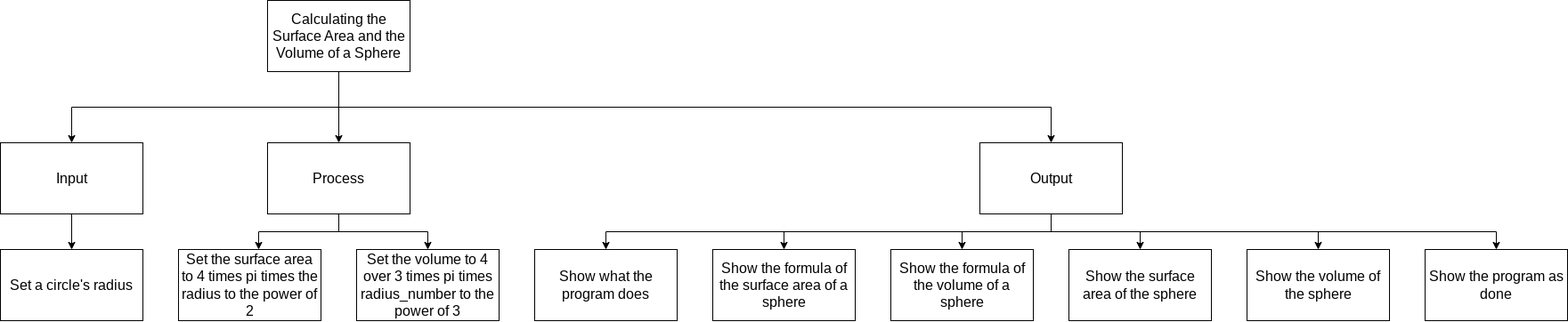
This is design/top_down.png from CristianoSellitto/ICS3U-Assignment6-Python, a draw.io export, as it was before one commit. Source tidied: cells renumbered, new cells last; positions are measured from the earlier drawing's top-left corner, leaving out a move shared by most shapes. Source of this version:
```xml
<mxGraphModel>
  <root>
    <mxCell id="0" />
    <mxCell id="1" parent="0" />
    <mxCell id="2" style="edgeStyle=orthogonalEdgeStyle;html=1;entryX=0.5;entryY=0;entryDx=0;entryDy=0;fontSize=14;rounded=0;" parent="1" edge="1" source="5" target="10">
      <mxGeometry relative="1" as="geometry">
        <Array as="points">
          <mxPoint x="380" y="120" />
          <mxPoint x="80" y="120" />
        </Array>
      </mxGeometry>
    </mxCell>
    <mxCell id="3" style="edgeStyle=orthogonalEdgeStyle;rounded=0;html=1;fontSize=14;entryX=0.5;entryY=0;entryDx=0;entryDy=0;" parent="1" edge="1" source="5" target="17">
      <mxGeometry relative="1" as="geometry">
        <Array as="points">
          <mxPoint x="380" y="120" />
          <mxPoint x="1180" y="120" />
        </Array>
      </mxGeometry>
    </mxCell>
    <mxCell id="4" style="edgeStyle=orthogonalEdgeStyle;rounded=0;html=1;fontSize=16;" parent="1" edge="1" source="5" target="8">
      <mxGeometry relative="1" as="geometry" />
    </mxCell>
    <mxCell id="5" value="Calculating the Surface Area and the Volume of a Sphere" style="rounded=0;whiteSpace=wrap;html=1;fontSize=16;" parent="1" vertex="1">
      <mxGeometry x="300" width="160" height="80" as="geometry" />
    </mxCell>
    <mxCell id="6" style="edgeStyle=orthogonalEdgeStyle;rounded=0;html=1;entryX=0.5;entryY=0;entryDx=0;entryDy=0;fontSize=14;" parent="1" edge="1" source="8">
      <mxGeometry relative="1" as="geometry">
        <mxPoint x="290" y="280" as="targetPoint" />
        <Array as="points">
          <mxPoint x="380" y="260" />
          <mxPoint x="290" y="260" />
        </Array>
      </mxGeometry>
    </mxCell>
    <mxCell id="7" style="edgeStyle=orthogonalEdgeStyle;html=1;entryX=0.5;entryY=0;entryDx=0;entryDy=0;rounded=0;" parent="1" edge="1" source="8" target="21">
      <mxGeometry relative="1" as="geometry" />
    </mxCell>
    <mxCell id="8" value="Process" style="rounded=0;whiteSpace=wrap;html=1;fontSize=16;" parent="1" vertex="1">
      <mxGeometry x="300" y="160" width="160" height="80" as="geometry" />
    </mxCell>
    <mxCell id="9" style="edgeStyle=orthogonalEdgeStyle;rounded=0;html=1;entryX=0.5;entryY=0;entryDx=0;entryDy=0;fontSize=14;" parent="1" edge="1" source="10" target="18">
      <mxGeometry relative="1" as="geometry" />
    </mxCell>
    <mxCell id="10" value="Input" style="rounded=0;whiteSpace=wrap;html=1;fontSize=16;" parent="1" vertex="1">
      <mxGeometry y="160" width="160" height="80" as="geometry" />
    </mxCell>
    <mxCell id="11" style="edgeStyle=orthogonalEdgeStyle;rounded=0;html=1;entryX=0.5;entryY=0;entryDx=0;entryDy=0;" parent="1" edge="1" source="17" target="20">
      <mxGeometry relative="1" as="geometry">
        <Array as="points">
          <mxPoint x="1180" y="260" />
          <mxPoint x="880" y="260" />
        </Array>
      </mxGeometry>
    </mxCell>
    <mxCell id="12" style="edgeStyle=orthogonalEdgeStyle;html=1;entryX=0.5;entryY=0;entryDx=0;entryDy=0;rounded=0;" parent="1" edge="1" source="17" target="19">
      <mxGeometry relative="1" as="geometry">
        <Array as="points">
          <mxPoint x="1180" y="260" />
          <mxPoint x="1680" y="260" />
        </Array>
      </mxGeometry>
    </mxCell>
    <mxCell id="13" style="edgeStyle=orthogonalEdgeStyle;rounded=0;html=1;entryX=0.5;entryY=0;entryDx=0;entryDy=0;" parent="1" edge="1" source="17" target="23">
      <mxGeometry relative="1" as="geometry">
        <Array as="points">
          <mxPoint x="1180" y="260" />
          <mxPoint x="680" y="260" />
        </Array>
      </mxGeometry>
    </mxCell>
    <mxCell id="14" style="edgeStyle=orthogonalEdgeStyle;html=1;entryX=0.5;entryY=0;entryDx=0;entryDy=0;rounded=0;" parent="1" edge="1" source="17" target="24">
      <mxGeometry relative="1" as="geometry" />
    </mxCell>
    <mxCell id="15" style="edgeStyle=orthogonalEdgeStyle;rounded=0;html=1;entryX=0.5;entryY=0;entryDx=0;entryDy=0;" parent="1" edge="1" source="17" target="25">
      <mxGeometry relative="1" as="geometry" />
    </mxCell>
    <mxCell id="16" style="edgeStyle=orthogonalEdgeStyle;rounded=0;html=1;entryX=0.5;entryY=0;entryDx=0;entryDy=0;" parent="1" edge="1" source="17" target="26">
      <mxGeometry relative="1" as="geometry">
        <Array as="points">
          <mxPoint x="1180" y="260" />
          <mxPoint x="1480" y="260" />
        </Array>
      </mxGeometry>
    </mxCell>
    <mxCell id="17" value="Output" style="rounded=0;whiteSpace=wrap;html=1;fontSize=16;" parent="1" vertex="1">
      <mxGeometry x="1100" y="160" width="160" height="80" as="geometry" />
    </mxCell>
    <mxCell id="18" value="Set a circle's radius" style="rounded=0;whiteSpace=wrap;html=1;fontSize=16;" parent="1" vertex="1">
      <mxGeometry y="280" width="160" height="80" as="geometry" />
    </mxCell>
    <mxCell id="19" value="Show the program as done" style="rounded=0;whiteSpace=wrap;html=1;fontSize=16;" parent="1" vertex="1">
      <mxGeometry x="1600" y="280" width="160" height="80" as="geometry" />
    </mxCell>
    <mxCell id="20" value="Show the formula of the surface area of a sphere" style="rounded=0;whiteSpace=wrap;html=1;fontSize=16;" parent="1" vertex="1">
      <mxGeometry x="800" y="280" width="160" height="80" as="geometry" />
    </mxCell>
    <mxCell id="21" value="Set the volume to 4 over 3 times pi times radius_number to the power of 3" style="rounded=0;whiteSpace=wrap;html=1;fontSize=16;" parent="1" vertex="1">
      <mxGeometry x="400" y="280" width="160" height="80" as="geometry" />
    </mxCell>
    <mxCell id="22" value="Set the surface area to&amp;nbsp;4 times pi times the radius to the power of 2" style="rounded=0;whiteSpace=wrap;html=1;fontSize=16;" parent="1" vertex="1">
      <mxGeometry x="200" y="280" width="160" height="80" as="geometry" />
    </mxCell>
    <mxCell id="23" value="Show what the program does" style="rounded=0;whiteSpace=wrap;html=1;fontSize=16;" parent="1" vertex="1">
      <mxGeometry x="600" y="280" width="160" height="80" as="geometry" />
    </mxCell>
    <mxCell id="24" value="Show the formula of the volume of a sphere" style="rounded=0;whiteSpace=wrap;html=1;fontSize=16;" parent="1" vertex="1">
      <mxGeometry x="1000" y="280" width="160" height="80" as="geometry" />
    </mxCell>
    <mxCell id="25" value="Show the surface area of the sphere" style="rounded=0;whiteSpace=wrap;html=1;fontSize=16;" parent="1" vertex="1">
      <mxGeometry x="1200" y="280" width="160" height="80" as="geometry" />
    </mxCell>
    <mxCell id="26" value="Show the volume of the sphere" style="rounded=0;whiteSpace=wrap;html=1;fontSize=16;" parent="1" vertex="1">
      <mxGeometry x="1400" y="280" width="160" height="80" as="geometry" />
    </mxCell>
  </root>
</mxGraphModel>
```
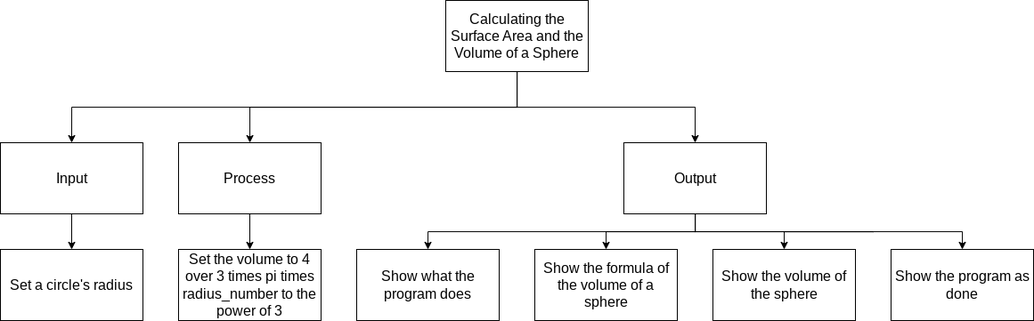
After the commit.

Commit message:
Removed surface area function

The edit, as a diff of the source:
```diff
@@ -5,7 +5,7 @@
     <mxCell id="2" style="edgeStyle=orthogonalEdgeStyle;html=1;entryX=0.5;entryY=0;entryDx=0;entryDy=0;fontSize=14;rounded=0;" parent="1" edge="1" source="5" target="10">
       <mxGeometry relative="1" as="geometry">
         <Array as="points">
-          <mxPoint x="380" y="120" />
+          <mxPoint x="580" y="120" />
           <mxPoint x="80" y="120" />
         </Array>
       </mxGeometry>
@@ -13,31 +13,27 @@
     <mxCell id="3" style="edgeStyle=orthogonalEdgeStyle;rounded=0;html=1;fontSize=14;entryX=0.5;entryY=0;entryDx=0;entryDy=0;" parent="1" edge="1" source="5" target="17">
       <mxGeometry relative="1" as="geometry">
         <Array as="points">
-          <mxPoint x="380" y="120" />
-          <mxPoint x="1180" y="120" />
+          <mxPoint x="580" y="120" />
+          <mxPoint x="780" y="120" />
         </Array>
       </mxGeometry>
     </mxCell>
     <mxCell id="4" style="edgeStyle=orthogonalEdgeStyle;rounded=0;html=1;fontSize=16;" parent="1" edge="1" source="5" target="8">
-      <mxGeometry relative="1" as="geometry" />
+      <mxGeometry relative="1" as="geometry">
+        <Array as="points">
+          <mxPoint x="580" y="120" />
+          <mxPoint x="280" y="120" />
+        </Array>
+      </mxGeometry>
     </mxCell>
     <mxCell id="5" value="Calculating the Surface Area and the Volume of a Sphere" style="rounded=0;whiteSpace=wrap;html=1;fontSize=16;" parent="1" vertex="1">
-      <mxGeometry x="300" width="160" height="80" as="geometry" />
+      <mxGeometry x="500" width="160" height="80" as="geometry" />
     </mxCell>
-    <mxCell id="6" style="edgeStyle=orthogonalEdgeStyle;rounded=0;html=1;entryX=0.5;entryY=0;entryDx=0;entryDy=0;fontSize=14;" parent="1" edge="1" source="8">
-      <mxGeometry relative="1" as="geometry">
-        <mxPoint x="290" y="280" as="targetPoint" />
-        <Array as="points">
-          <mxPoint x="380" y="260" />
-          <mxPoint x="290" y="260" />
-        </Array>
-      </mxGeometry>
-    </mxCell>
     <mxCell id="7" style="edgeStyle=orthogonalEdgeStyle;html=1;entryX=0.5;entryY=0;entryDx=0;entryDy=0;rounded=0;" parent="1" edge="1" source="8" target="21">
       <mxGeometry relative="1" as="geometry" />
     </mxCell>
     <mxCell id="8" value="Process" style="rounded=0;whiteSpace=wrap;html=1;fontSize=16;" parent="1" vertex="1">
-      <mxGeometry x="300" y="160" width="160" height="80" as="geometry" />
+      <mxGeometry x="200" y="160" width="160" height="80" as="geometry" />
     </mxCell>
     <mxCell id="9" style="edgeStyle=orthogonalEdgeStyle;rounded=0;html=1;entryX=0.5;entryY=0;entryDx=0;entryDy=0;fontSize=14;" parent="1" edge="1" source="10" target="18">
       <mxGeometry relative="1" as="geometry" />
@@ -45,73 +41,53 @@
     <mxCell id="10" value="Input" style="rounded=0;whiteSpace=wrap;html=1;fontSize=16;" parent="1" vertex="1">
       <mxGeometry y="160" width="160" height="80" as="geometry" />
     </mxCell>
-    <mxCell id="11" style="edgeStyle=orthogonalEdgeStyle;rounded=0;html=1;entryX=0.5;entryY=0;entryDx=0;entryDy=0;" parent="1" edge="1" source="17" target="20">
-      <mxGeometry relative="1" as="geometry">
-        <Array as="points">
-          <mxPoint x="1180" y="260" />
-          <mxPoint x="880" y="260" />
-        </Array>
-      </mxGeometry>
-    </mxCell>
     <mxCell id="12" style="edgeStyle=orthogonalEdgeStyle;html=1;entryX=0.5;entryY=0;entryDx=0;entryDy=0;rounded=0;" parent="1" edge="1" source="17" target="19">
       <mxGeometry relative="1" as="geometry">
         <Array as="points">
-          <mxPoint x="1180" y="260" />
-          <mxPoint x="1680" y="260" />
+          <mxPoint x="980" y="260" />
+          <mxPoint x="1480" y="260" />
         </Array>
       </mxGeometry>
     </mxCell>
     <mxCell id="13" style="edgeStyle=orthogonalEdgeStyle;rounded=0;html=1;entryX=0.5;entryY=0;entryDx=0;entryDy=0;" parent="1" edge="1" source="17" target="23">
       <mxGeometry relative="1" as="geometry">
         <Array as="points">
-          <mxPoint x="1180" y="260" />
-          <mxPoint x="680" y="260" />
+          <mxPoint x="780" y="260" />
+          <mxPoint x="480" y="260" />
         </Array>
       </mxGeometry>
     </mxCell>
     <mxCell id="14" style="edgeStyle=orthogonalEdgeStyle;html=1;entryX=0.5;entryY=0;entryDx=0;entryDy=0;rounded=0;" parent="1" edge="1" source="17" target="24">
       <mxGeometry relative="1" as="geometry" />
     </mxCell>
-    <mxCell id="15" style="edgeStyle=orthogonalEdgeStyle;rounded=0;html=1;entryX=0.5;entryY=0;entryDx=0;entryDy=0;" parent="1" edge="1" source="17" target="25">
-      <mxGeometry relative="1" as="geometry" />
-    </mxCell>
     <mxCell id="16" style="edgeStyle=orthogonalEdgeStyle;rounded=0;html=1;entryX=0.5;entryY=0;entryDx=0;entryDy=0;" parent="1" edge="1" source="17" target="26">
       <mxGeometry relative="1" as="geometry">
         <Array as="points">
-          <mxPoint x="1180" y="260" />
-          <mxPoint x="1480" y="260" />
+          <mxPoint x="980" y="260" />
+          <mxPoint x="1280" y="260" />
         </Array>
       </mxGeometry>
     </mxCell>
     <mxCell id="17" value="Output" style="rounded=0;whiteSpace=wrap;html=1;fontSize=16;" parent="1" vertex="1">
-      <mxGeometry x="1100" y="160" width="160" height="80" as="geometry" />
+      <mxGeometry x="700" y="160" width="160" height="80" as="geometry" />
     </mxCell>
     <mxCell id="18" value="Set a circle's radius" style="rounded=0;whiteSpace=wrap;html=1;fontSize=16;" parent="1" vertex="1">
       <mxGeometry y="280" width="160" height="80" as="geometry" />
     </mxCell>
     <mxCell id="19" value="Show the program as done" style="rounded=0;whiteSpace=wrap;html=1;fontSize=16;" parent="1" vertex="1">
-      <mxGeometry x="1600" y="280" width="160" height="80" as="geometry" />
+      <mxGeometry x="1000" y="280" width="160" height="80" as="geometry" />
     </mxCell>
-    <mxCell id="20" value="Show the formula of the surface area of a sphere" style="rounded=0;whiteSpace=wrap;html=1;fontSize=16;" parent="1" vertex="1">
-      <mxGeometry x="800" y="280" width="160" height="80" as="geometry" />
-    </mxCell>
     <mxCell id="21" value="Set the volume to 4 over 3 times pi times radius_number to the power of 3" style="rounded=0;whiteSpace=wrap;html=1;fontSize=16;" parent="1" vertex="1">
-      <mxGeometry x="400" y="280" width="160" height="80" as="geometry" />
+      <mxGeometry x="200" y="280" width="160" height="80" as="geometry" />
     </mxCell>
-    <mxCell id="22" value="Set the surface area to&amp;nbsp;4 times pi times the radius to the power of 2" style="rounded=0;whiteSpace=wrap;html=1;fontSize=16;" parent="1" vertex="1">
-      <mxGeometry x="200" y="280" width="160" height="80" as="geometry" />
-    </mxCell>
     <mxCell id="23" value="Show what the program does" style="rounded=0;whiteSpace=wrap;html=1;fontSize=16;" parent="1" vertex="1">
-      <mxGeometry x="600" y="280" width="160" height="80" as="geometry" />
+      <mxGeometry x="400" y="280" width="160" height="80" as="geometry" />
     </mxCell>
     <mxCell id="24" value="Show the formula of the volume of a sphere" style="rounded=0;whiteSpace=wrap;html=1;fontSize=16;" parent="1" vertex="1">
-      <mxGeometry x="1000" y="280" width="160" height="80" as="geometry" />
+      <mxGeometry x="600" y="280" width="160" height="80" as="geometry" />
     </mxCell>
-    <mxCell id="25" value="Show the surface area of the sphere" style="rounded=0;whiteSpace=wrap;html=1;fontSize=16;" parent="1" vertex="1">
-      <mxGeometry x="1200" y="280" width="160" height="80" as="geometry" />
-    </mxCell>
     <mxCell id="26" value="Show the volume of the sphere" style="rounded=0;whiteSpace=wrap;html=1;fontSize=16;" parent="1" vertex="1">
-      <mxGeometry x="1400" y="280" width="160" height="80" as="geometry" />
+      <mxGeometry x="800" y="280" width="160" height="80" as="geometry" />
     </mxCell>
   </root>
 </mxGraphModel>
```
